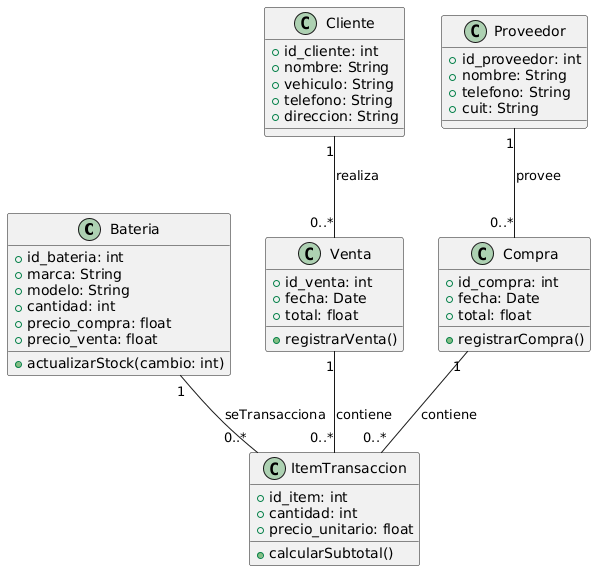
Before: 06 - Diagrama de clases/Diagrama de clases.png, a diagram exported from PlantUML (EmanuelMonella/baterias).
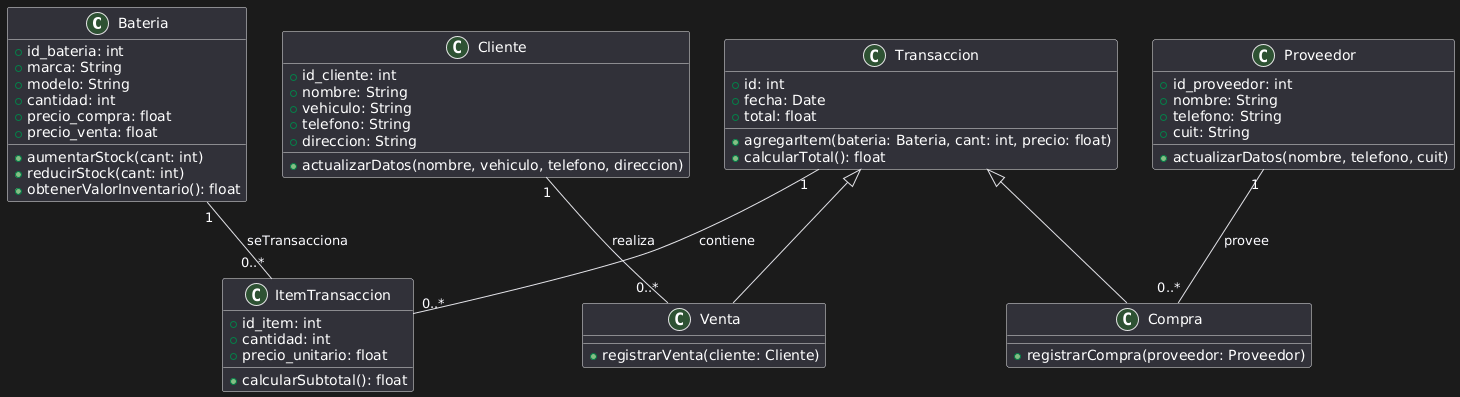
Later version of the same file.

Commit message:
Correccion de diagrama entidad y clases

The edit, as a diff of the source:
```diff
@@ -1,5 +1,4 @@
 @startuml
-
 class Bateria {
   + id_bateria: int
   + marca: String
@@ -7,7 +6,10 @@
   + cantidad: int
   + precio_compra: float
   + precio_venta: float
-  + actualizarStock(cambio: int)
+
+  + aumentarStock(cant: int)
+  + reducirStock(cant: int)
+  + obtenerValorInventario(): float
 }
 
 class Cliente {
@@ -16,6 +18,8 @@
   + vehiculo: String
   + telefono: String
   + direccion: String
+
+  + actualizarDatos(nombre, vehiculo, telefono, direccion)
 }
 
 class Proveedor {
@@ -23,35 +27,39 @@
   + nombre: String
   + telefono: String
   + cuit: String
+
+  + actualizarDatos(nombre, telefono, cuit)
 }
 
-class Venta {
-  + id_venta: int
+class Transaccion {
+  + id: int
   + fecha: Date
   + total: float
-  + registrarVenta()
+
+  + agregarItem(bateria: Bateria, cant: int, precio: float)
+  + calcularTotal(): float
 }
 
-class Compra {
-  + id_compra: int
-  + fecha: Date
-  + total: float
-  + registrarCompra()
+class Venta extends Transaccion {
+  + registrarVenta(cliente: Cliente)
+}
+
+class Compra extends Transaccion {
+  + registrarCompra(proveedor: Proveedor)
 }
 
 class ItemTransaccion {
   + id_item: int
   + cantidad: int
   + precio_unitario: float
-  + calcularSubtotal()
+
+  + calcularSubtotal(): float
 }
 
 
 Cliente "1" -- "0..*" Venta : realiza
 Proveedor "1" -- "0..*" Compra : provee
 
-Venta "1" -- "0..*" ItemTransaccion : contiene
-Compra "1" -- "0..*" ItemTransaccion : contiene
-
+Transaccion "1" -- "0..*" ItemTransaccion : contiene
 Bateria "1" -- "0..*" ItemTransaccion : seTransacciona
 @enduml
```
